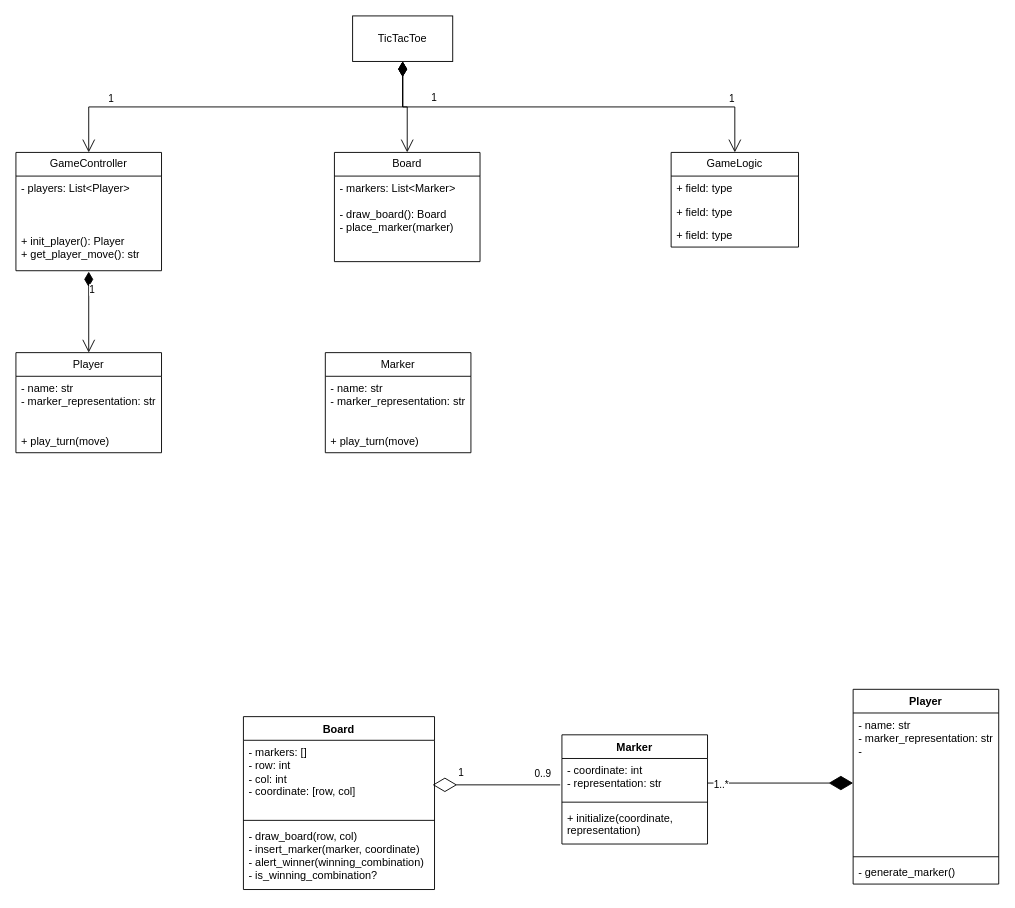
Above: tic tac toe.drawio in ZephyRemix/tic-tac-toe (draw.io), before the change. Source tidied: cells renumbered, new cells numbered last; positions are measured from the earlier drawing's top-left corner, leaving out a move shared by most shapes. Both pictures are drawn from the tidied source at 91%, with x=0, y=0 at pixel (15, 15).
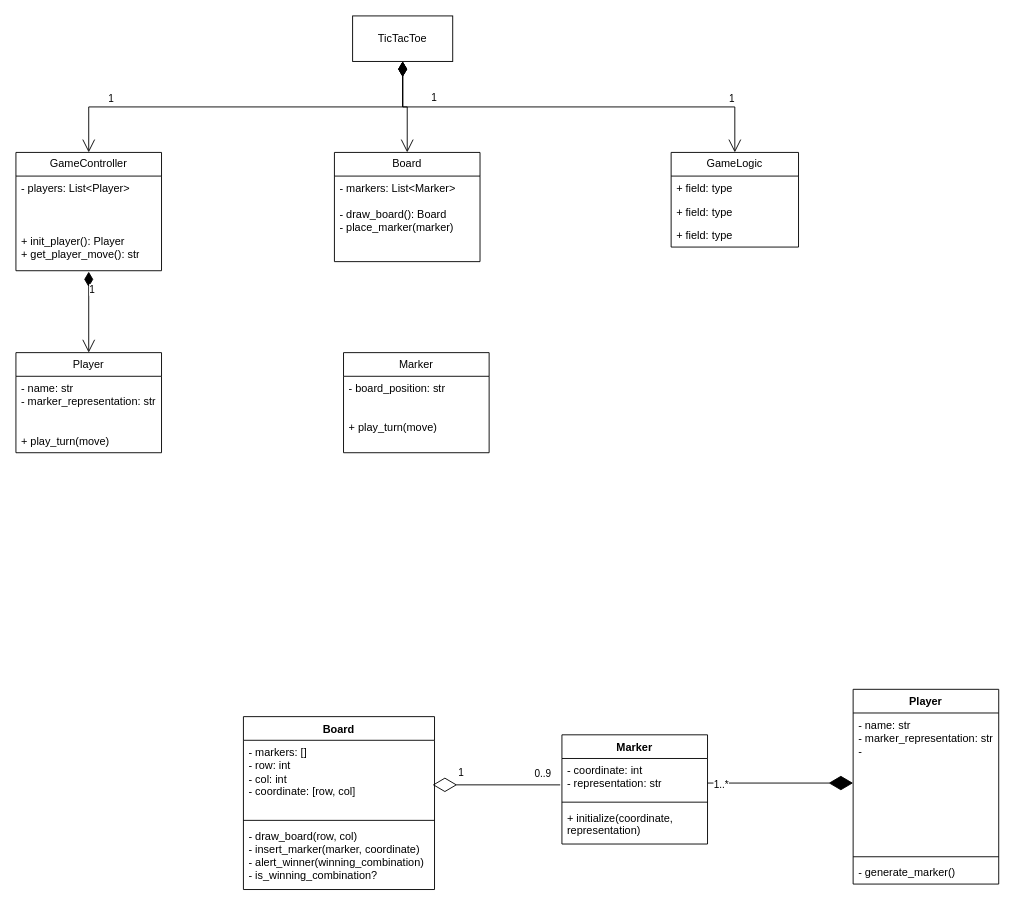
The same diagram, later.

The edit, as a diff of the source:
```diff
@@
     <mxCell id="37" value="Marker" style="swimlane;fontStyle=0;horizontal=1;startSize=26;fillColor=none;whiteSpace=wrap;html=1;" parent="1" vertex="1">
-      <mxGeometry x="340" y="370" width="160" height="110" as="geometry" />
+      <mxGeometry x="360" y="370" width="160" height="110" as="geometry" />
     </mxCell>
-    <mxCell id="38" value="&lt;div&gt;- name: str&lt;br&gt;- marker_representation: str&lt;/div&gt;&lt;div&gt;&lt;br&gt;&lt;/div&gt;&lt;div&gt;&lt;br&gt;&lt;/div&gt;&lt;div&gt;+ play_turn(move)&lt;/div&gt;" style="text;strokeColor=none;fillColor=none;align=left;verticalAlign=top;spacingLeft=4;spacingRight=4;overflow=hidden;whiteSpace=wrap;html=1;" parent="37" vertex="1">
+    <mxCell id="38" value="&lt;div&gt;- board_position: str&lt;br&gt;&lt;/div&gt;&lt;div&gt;&lt;br&gt;&lt;/div&gt;&lt;div&gt;&lt;br&gt;&lt;/div&gt;&lt;div&gt;+ play_turn(move)&lt;/div&gt;" style="text;strokeColor=none;fillColor=none;align=left;verticalAlign=top;spacingLeft=4;spacingRight=4;overflow=hidden;whiteSpace=wrap;html=1;" parent="37" vertex="1">
       <mxGeometry y="26" width="160" height="84" as="geometry" />
     </mxCell>
```
